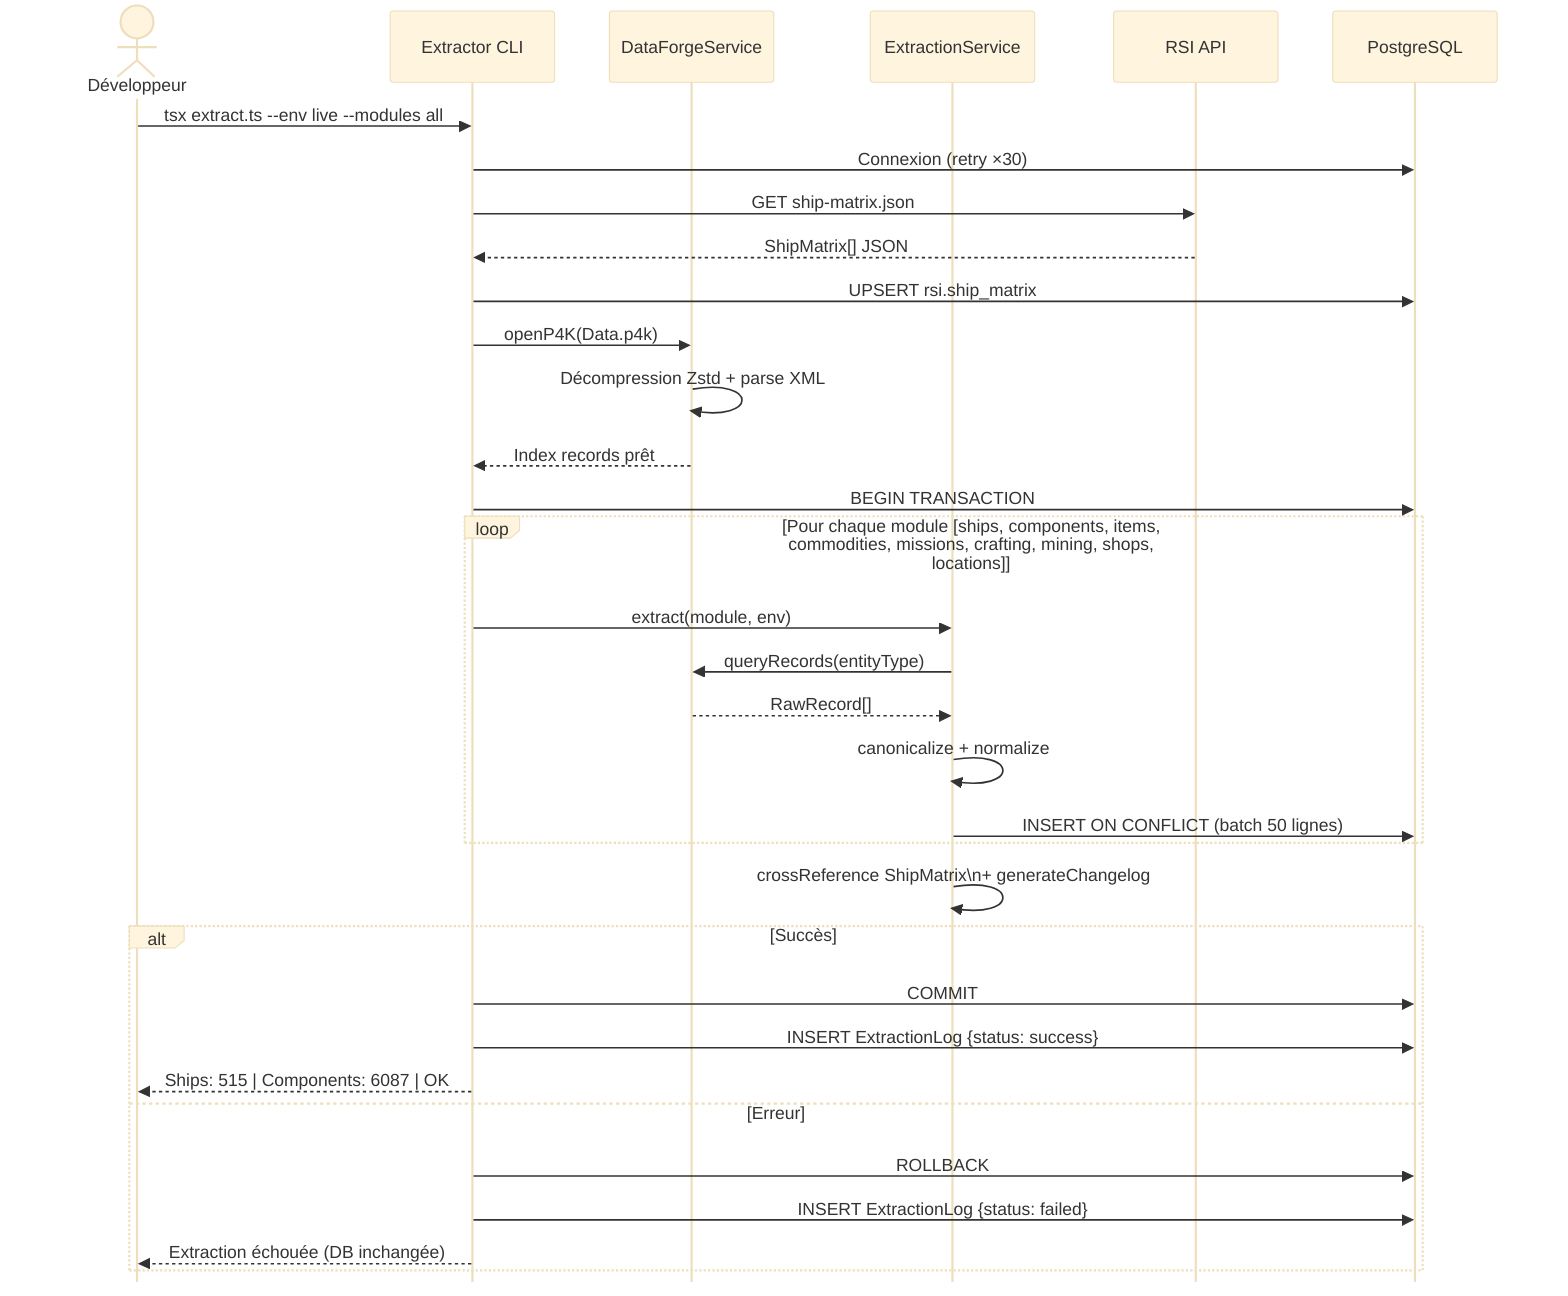
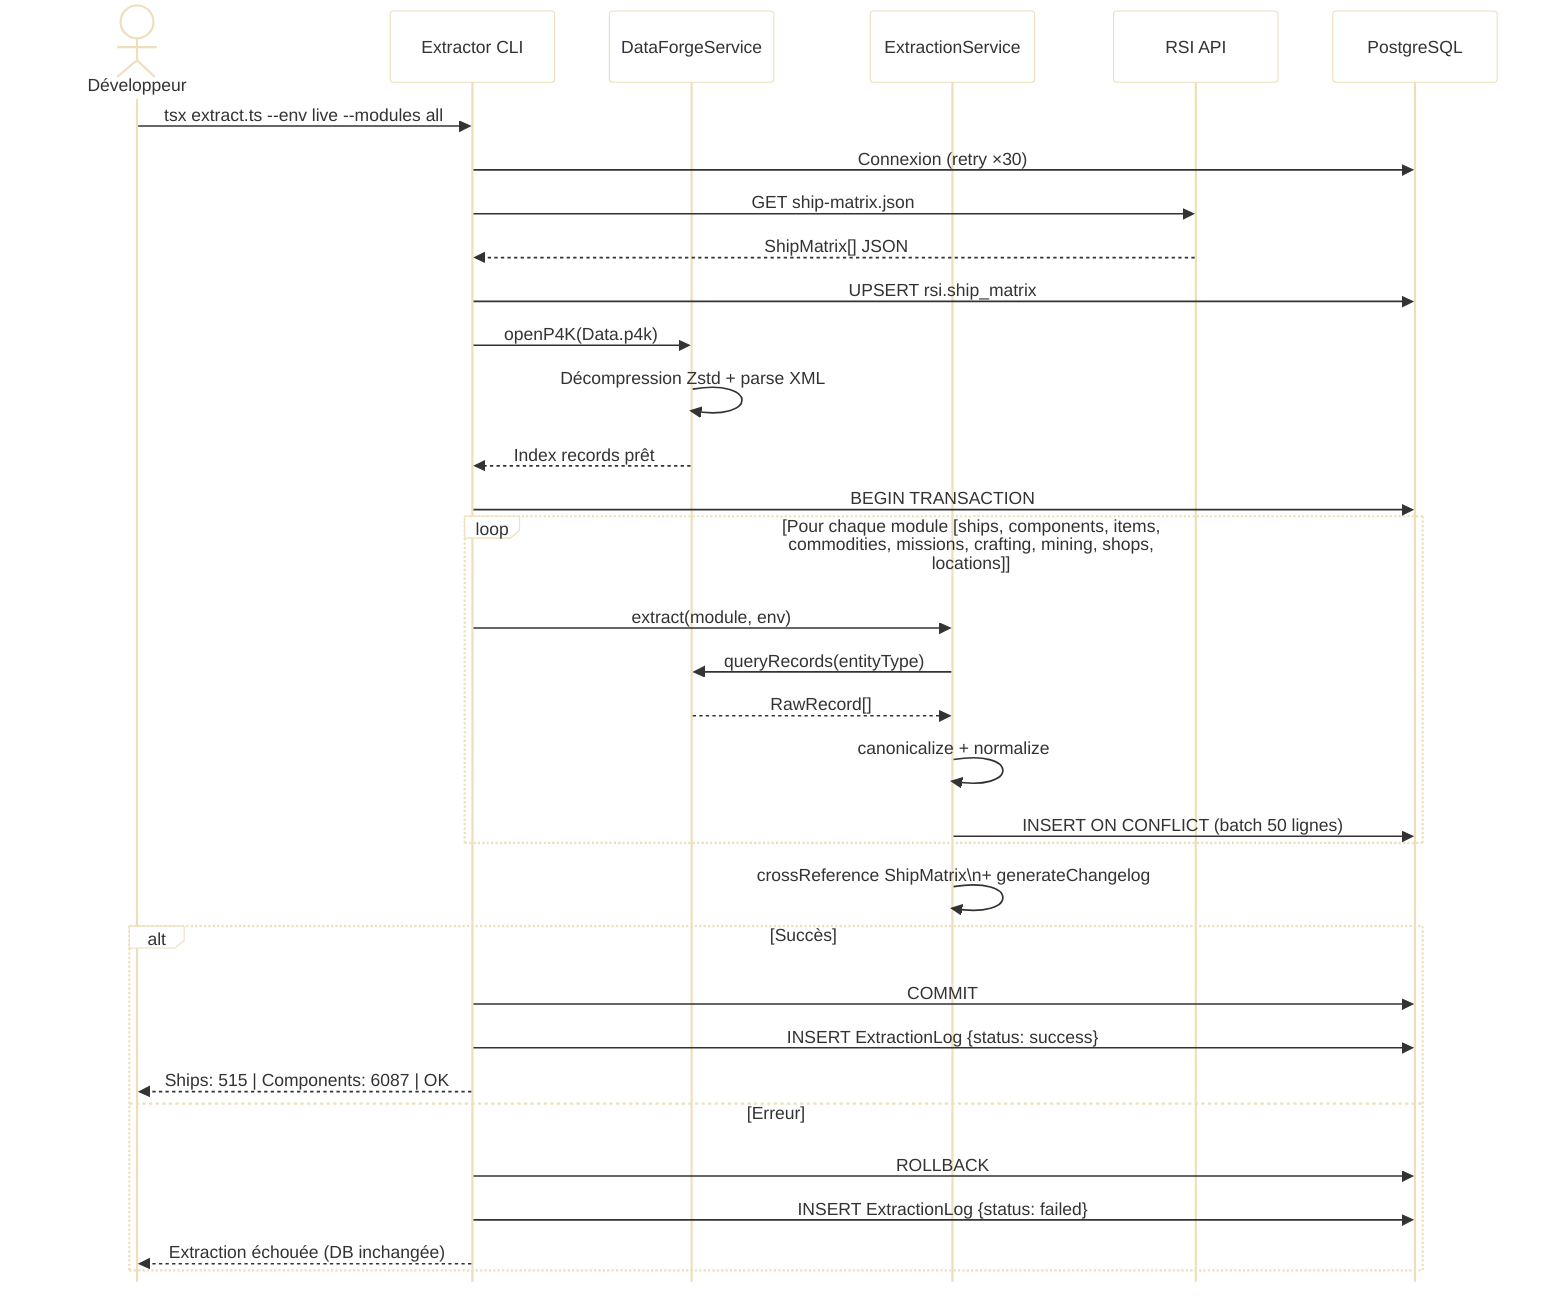
- %%{init: {'theme': 'base', 'themeVariables': {'fontSize': '12px', 'fontFamily': 'Arial'}, 'sequence': {'actorFontSize': 12, 'messageFontSize': 11, 'mirrorActors': false, 'useMaxWidth': true, 'boxMargin': 6}}}%%
+ %%{init: {'theme': 'base', 'themeVariables': {'background': '#ffffff', 'mainBkg': '#ffffff', 'fontSize': '12px', 'fontFamily': 'Arial'}, 'sequence': {'actorFontSize': 12, 'messageFontSize': 11, 'mirrorActors': false, 'useMaxWidth': true, 'boxMargin': 6}}}%%
sequenceDiagram
    actor Dev as Développeur
    participant CLI as Extractor CLI
    participant DFS as DataForgeService
    participant ES as ExtractionService
    participant RSI as RSI API
    participant DB as PostgreSQL

    Dev->>CLI: tsx extract.ts --env live --modules all
    CLI->>DB: Connexion (retry ×30)
    CLI->>RSI: GET ship-matrix.json
    RSI-->>CLI: ShipMatrix[] JSON
    CLI->>DB: UPSERT rsi.ship_matrix

    CLI->>DFS: openP4K(Data.p4k)
    DFS->>DFS: Décompression Zstd + parse XML
    DFS-->>CLI: Index records prêt

    CLI->>DB: BEGIN TRANSACTION

    loop Pour chaque module [ships, components, items, commodities, missions, crafting, mining, shops, locations]
        CLI->>ES: extract(module, env)
        ES->>DFS: queryRecords(entityType)
        DFS-->>ES: RawRecord[]
        ES->>ES: canonicalize + normalize
        ES->>DB: INSERT ON CONFLICT (batch 50 lignes)
    end

    ES->>ES: crossReference ShipMatrix\n+ generateChangelog

    alt Succès
        CLI->>DB: COMMIT
        CLI->>DB: INSERT ExtractionLog {status: success}
        CLI-->>Dev: Ships: 515 | Components: 6087 | OK
    else Erreur
        CLI->>DB: ROLLBACK
        CLI->>DB: INSERT ExtractionLog {status: failed}
        CLI-->>Dev: Extraction échouée (DB inchangée)
    end
